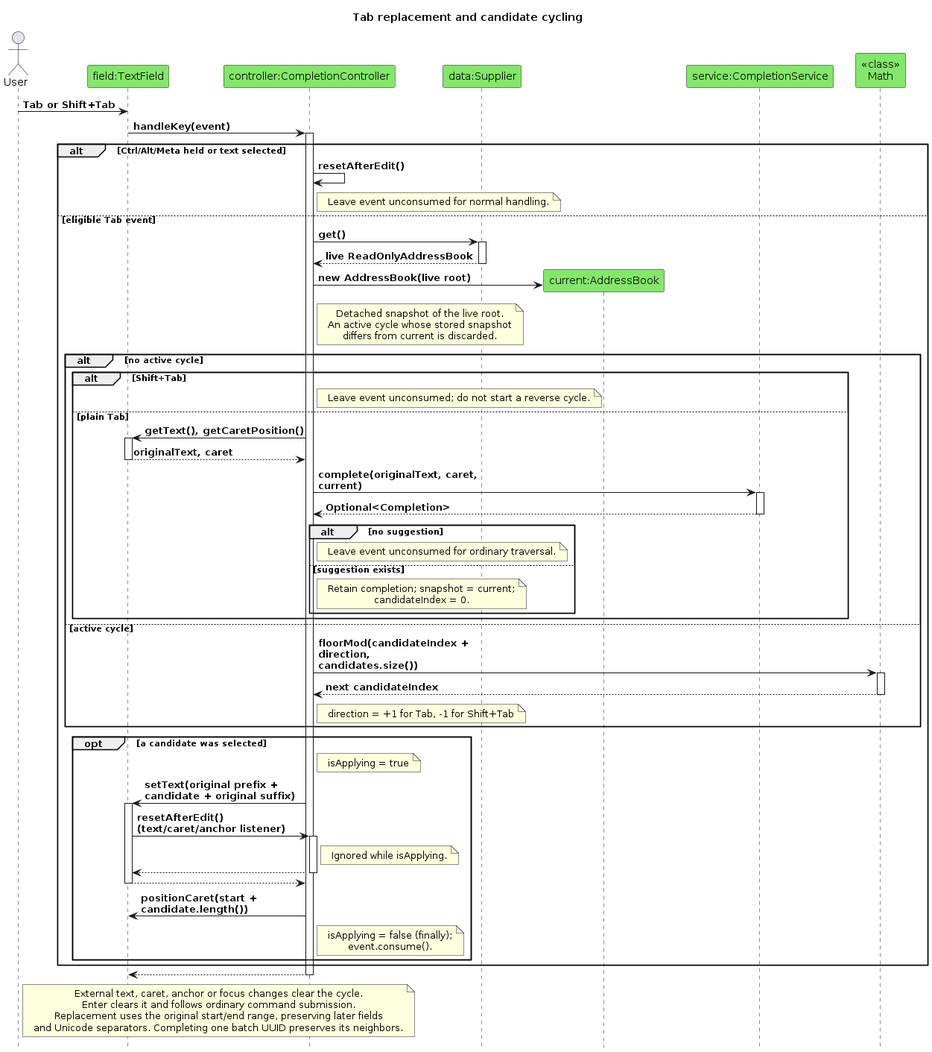
AY2627S1-CS2103T-F15-2/tp keeps this PlantUML diagram as diagrams/AutocompleteSequence.png. Above is the earlier version. Its source is kept beside it as diagrams/AutocompleteSequence.puml.
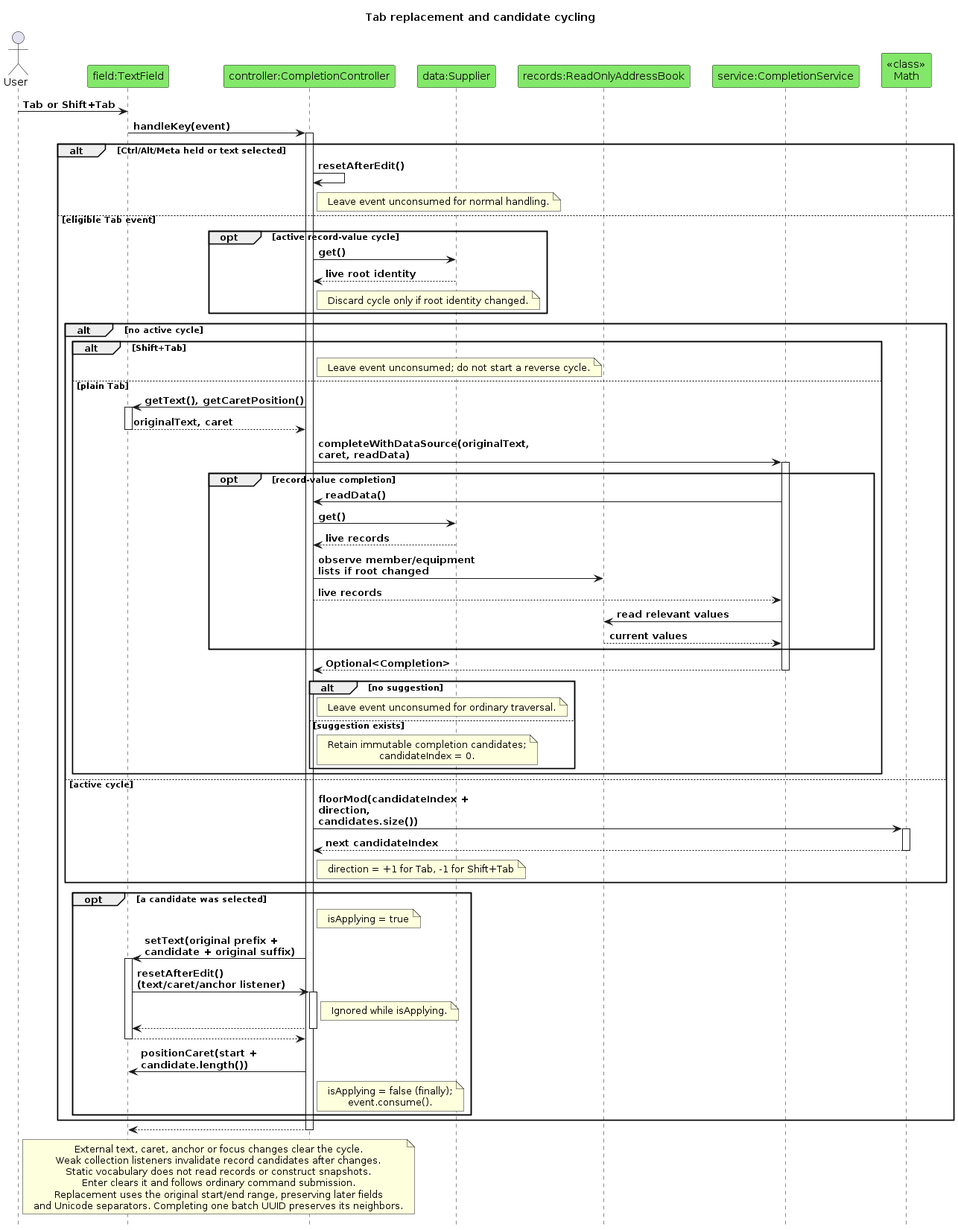
Later version of the same file.

What changed in the source:
```diff
@@ -10,7 +10,7 @@
 participant "field:TextField" as field
 participant "controller:CompletionController" as controller
 participant "data:Supplier" as data
-participant "current:AddressBook" as current
+participant "records:ReadOnlyAddressBook" as records
 participant "service:CompletionService" as service
 participant "<<class>>\nMath" as math
 
@@ -21,17 +21,11 @@
   controller -> controller : resetAfterEdit()
   note right of controller : Leave event unconsumed for normal handling.
 else eligible Tab event
-  controller -> data : get()
-  activate data
-  data --> controller : live ReadOnlyAddressBook
-  deactivate data
-  create current
-  controller -> current : new AddressBook(live root)
-  note right of controller
-    Detached snapshot of the live root.
-    An active cycle whose stored snapshot
-    differs from current is discarded.
-  end note
+  opt active record-value cycle
+    controller -> data : get()
+    data --> controller : live root identity
+    note right of controller : Discard cycle only if root identity changed.
+  end
   alt no active cycle
     alt Shift+Tab
       note right of controller : Leave event unconsumed; do not start a reverse cycle.
@@ -40,15 +34,24 @@
       activate field
       field --> controller : originalText, caret
       deactivate field
-      controller -> service : complete(originalText, caret, current)
+      controller -> service : completeWithDataSource(originalText, caret, readData)
       activate service
+      opt record-value completion
+        service -> controller : readData()
+        controller -> data : get()
+        data --> controller : live records
+        controller -> records : observe member/equipment lists if root changed
+        controller --> service : live records
+        service -> records : read relevant values
+        records --> service : current values
+      end
       service --> controller : Optional<Completion>
       deactivate service
       alt no suggestion
         note right of controller : Leave event unconsumed for ordinary traversal.
       else suggestion exists
         note right of controller
-          Retain completion; snapshot = current;
+          Retain immutable completion candidates;
           candidateIndex = 0.
         end note
       end
@@ -82,6 +85,8 @@
 deactivate controller
 note over field, controller
   External text, caret, anchor or focus changes clear the cycle.
+  Weak collection listeners invalidate record candidates after changes.
+  Static vocabulary does not read records or construct snapshots.
   Enter clears it and follows ordinary command submission.
   Replacement uses the original start/end range, preserving later fields
   and Unicode separators. Completing one batch UUID preserves its neighbors.
```
